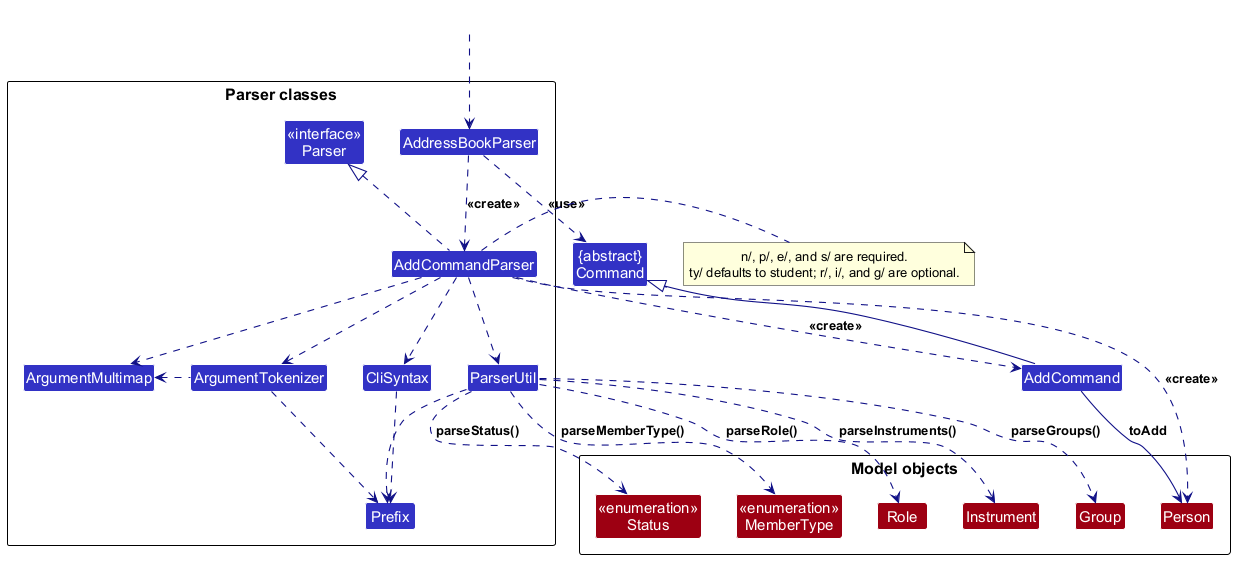
The PlantUML diagram docs/images/ParserClasses.png in AY2627S1-CS2103T-T10-3/tp, before a commit.
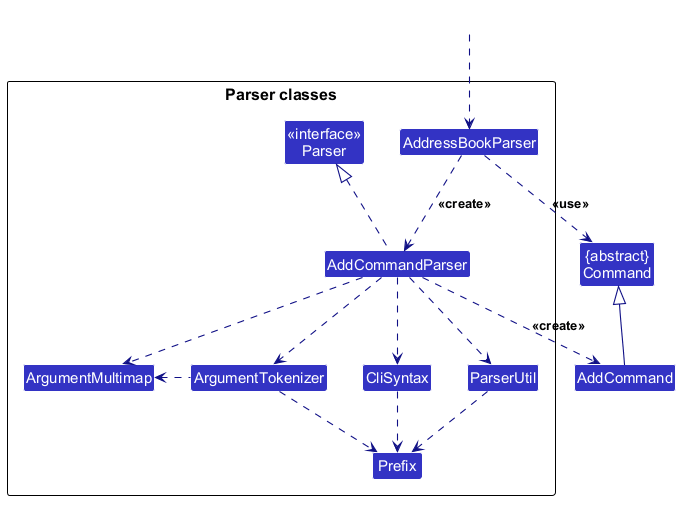
The same file after the commit.

Commit message:
Narrow parser UML to Logic classes after review

The edit, as a diff of the source:
```diff
@@ -18,22 +18,12 @@
 Class Prefix
 }
 
-package "Model objects" {
-Class Person MODEL_COLOR
-Class "<<enumeration>>\nStatus" as Status MODEL_COLOR
-Class "<<enumeration>>\nMemberType" as MemberType MODEL_COLOR
-Class Role MODEL_COLOR
-Class Instrument MODEL_COLOR
-Class Group MODEL_COLOR
-}
-
 Class HiddenOutside #FFFFFF
 HiddenOutside ..> AddressBookParser
 
 AddressBookParser .down.> AddCommandParser : <<create>>
 
 AddCommandParser ..> AddCommand : <<create>>
-AddCommandParser ..> Person : <<create>>
 AddressBookParser ..> Command : <<use>>
 AddCommandParser .up.|> Parser
 AddCommandParser ..> ArgumentMultimap
@@ -44,16 +34,5 @@
 AddCommandParser ..> ParserUtil
 ParserUtil .down.> Prefix
 ArgumentTokenizer .down.> Prefix
-ParserUtil ..> Status : parseStatus()
-ParserUtil ..> MemberType : parseMemberType()
-ParserUtil ..> Role : parseRole()
-ParserUtil ..> Instrument : parseInstruments()
-ParserUtil ..> Group : parseGroups()
 AddCommand -up-|> Command
-AddCommand --> Person : toAdd
-
-note right of AddCommandParser
-  n/, p/, e/, and s/ are required.
-  ty/ defaults to student; r/, i/, and g/ are optional.
-end note
 @enduml
```
